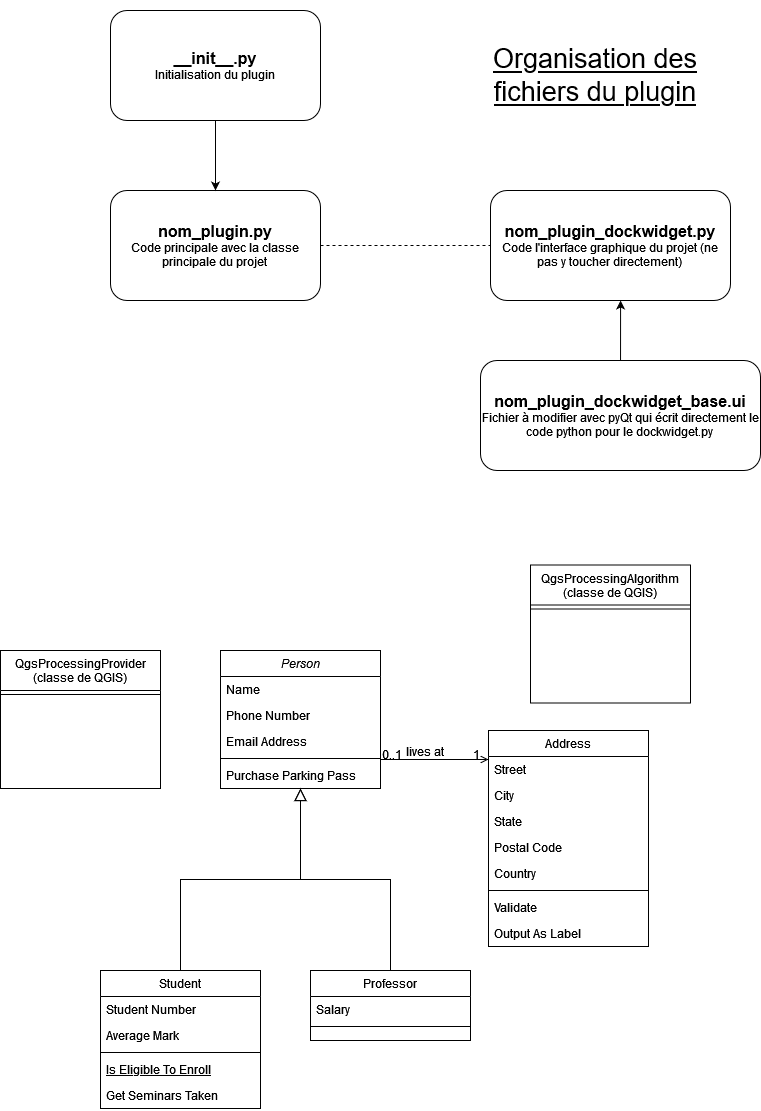
Above: Diag_act_plugin_general.drawio.png in leonielrx/ProjetInfo_DoGeo (draw.io), before the change. Source tidied: cells renumbered, new cells last; positions are measured from the earlier drawing's top-left corner, leaving out a move shared by most shapes.
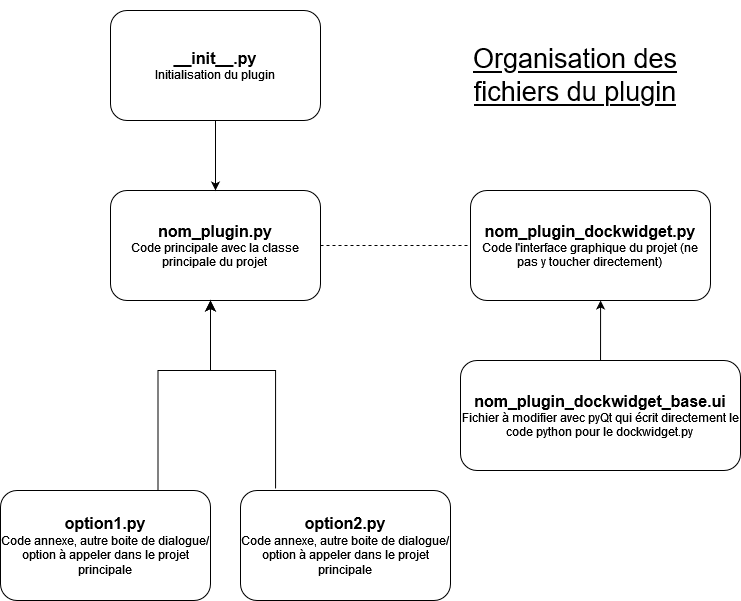
After the commit.

Commit message:
Mettre à jour Diag_act_plugin_general.drawio.png

What changed in the source:
```diff
@@ -2,128 +2,18 @@
   <root>
     <mxCell id="0" />
     <mxCell id="1" parent="0" />
-    <mxCell id="2" value="Person" style="swimlane;fontStyle=2;align=center;verticalAlign=top;horizontal=1;startSize=26;rounded=0;shadow=0;strokeWidth=1;" parent="1" vertex="1">
-      <mxGeometry x="220" y="650" width="160" height="138" as="geometry" />
-    </mxCell>
-    <mxCell id="3" value="Name" style="text;align=left;verticalAlign=top;spacingLeft=4;spacingRight=4;overflow=hidden;" parent="2" vertex="1">
-      <mxGeometry y="26" width="160" height="26" as="geometry" />
-    </mxCell>
-    <mxCell id="4" value="Phone Number" style="text;align=left;verticalAlign=top;spacingLeft=4;spacingRight=4;overflow=hidden;rounded=0;shadow=0;html=0;" parent="2" vertex="1">
-      <mxGeometry y="52" width="160" height="26" as="geometry" />
-    </mxCell>
-    <mxCell id="5" value="Email Address" style="text;align=left;verticalAlign=top;spacingLeft=4;spacingRight=4;overflow=hidden;rounded=0;shadow=0;html=0;" parent="2" vertex="1">
-      <mxGeometry y="78" width="160" height="26" as="geometry" />
-    </mxCell>
-    <mxCell id="6" style="line;html=1;strokeWidth=1;align=left;verticalAlign=middle;spacingTop=-1;spacingLeft=3;spacingRight=3;labelPosition=right;" parent="2" vertex="1">
-      <mxGeometry y="104" width="160" height="8" as="geometry" />
-    </mxCell>
-    <mxCell id="7" value="Purchase Parking Pass" style="text;align=left;verticalAlign=top;spacingLeft=4;spacingRight=4;overflow=hidden;" parent="2" vertex="1">
-      <mxGeometry y="112" width="160" height="26" as="geometry" />
-    </mxCell>
-    <mxCell id="8" value="Student" style="swimlane;fontStyle=0;align=center;verticalAlign=top;horizontal=1;startSize=26;rounded=0;shadow=0;strokeWidth=1;" parent="1" vertex="1">
-      <mxGeometry x="100" y="970" width="160" height="138" as="geometry" />
-    </mxCell>
-    <mxCell id="9" value="Student Number" style="text;align=left;verticalAlign=top;spacingLeft=4;spacingRight=4;overflow=hidden;" parent="8" vertex="1">
-      <mxGeometry y="26" width="160" height="26" as="geometry" />
-    </mxCell>
-    <mxCell id="10" value="Average Mark" style="text;align=left;verticalAlign=top;spacingLeft=4;spacingRight=4;overflow=hidden;rounded=0;shadow=0;html=0;" parent="8" vertex="1">
-      <mxGeometry y="52" width="160" height="26" as="geometry" />
-    </mxCell>
-    <mxCell id="11" style="line;html=1;strokeWidth=1;align=left;verticalAlign=middle;spacingTop=-1;spacingLeft=3;spacingRight=3;labelPosition=right;" parent="8" vertex="1">
-      <mxGeometry y="78" width="160" height="8" as="geometry" />
-    </mxCell>
-    <mxCell id="12" value="Is Eligible To Enroll" style="text;align=left;verticalAlign=top;spacingLeft=4;spacingRight=4;overflow=hidden;fontStyle=4;" parent="8" vertex="1">
-      <mxGeometry y="86" width="160" height="26" as="geometry" />
-    </mxCell>
-    <mxCell id="13" value="Get Seminars Taken" style="text;align=left;verticalAlign=top;spacingLeft=4;spacingRight=4;overflow=hidden;" parent="8" vertex="1">
-      <mxGeometry y="112" width="160" height="26" as="geometry" />
-    </mxCell>
-    <mxCell id="14" style="endArrow=block;endSize=10;endFill=0;shadow=0;strokeWidth=1;rounded=0;curved=0;edgeStyle=elbowEdgeStyle;elbow=vertical;" parent="1" edge="1" source="8" target="2">
-      <mxGeometry relative="1" as="geometry" />
-    </mxCell>
-    <mxCell id="15" value="Professor" style="swimlane;fontStyle=0;align=center;verticalAlign=top;horizontal=1;startSize=26;rounded=0;shadow=0;strokeWidth=1;" parent="1" vertex="1">
-      <mxGeometry x="310" y="970" width="160" height="70" as="geometry" />
-    </mxCell>
-    <mxCell id="16" value="Salary" style="text;align=left;verticalAlign=top;spacingLeft=4;spacingRight=4;overflow=hidden;" parent="15" vertex="1">
-      <mxGeometry y="26" width="160" height="26" as="geometry" />
-    </mxCell>
-    <mxCell id="17" style="line;html=1;strokeWidth=1;align=left;verticalAlign=middle;spacingTop=-1;spacingLeft=3;spacingRight=3;labelPosition=right;" parent="15" vertex="1">
-      <mxGeometry y="52" width="160" height="8" as="geometry" />
-    </mxCell>
-    <mxCell id="18" style="endArrow=block;endSize=10;endFill=0;shadow=0;strokeWidth=1;rounded=0;curved=0;edgeStyle=elbowEdgeStyle;elbow=vertical;" parent="1" edge="1" source="15" target="2">
-      <mxGeometry relative="1" as="geometry" />
-    </mxCell>
-    <mxCell id="19" value="Address" style="swimlane;fontStyle=0;align=center;verticalAlign=top;horizontal=1;startSize=26;rounded=0;shadow=0;strokeWidth=1;" parent="1" vertex="1">
-      <mxGeometry x="488" y="730" width="160" height="216" as="geometry" />
-    </mxCell>
-    <mxCell id="20" value="Street" style="text;align=left;verticalAlign=top;spacingLeft=4;spacingRight=4;overflow=hidden;" parent="19" vertex="1">
-      <mxGeometry y="26" width="160" height="26" as="geometry" />
-    </mxCell>
-    <mxCell id="21" value="City" style="text;align=left;verticalAlign=top;spacingLeft=4;spacingRight=4;overflow=hidden;rounded=0;shadow=0;html=0;" parent="19" vertex="1">
-      <mxGeometry y="52" width="160" height="26" as="geometry" />
-    </mxCell>
-    <mxCell id="22" value="State" style="text;align=left;verticalAlign=top;spacingLeft=4;spacingRight=4;overflow=hidden;rounded=0;shadow=0;html=0;" parent="19" vertex="1">
-      <mxGeometry y="78" width="160" height="26" as="geometry" />
-    </mxCell>
-    <mxCell id="23" value="Postal Code" style="text;align=left;verticalAlign=top;spacingLeft=4;spacingRight=4;overflow=hidden;rounded=0;shadow=0;html=0;" parent="19" vertex="1">
-      <mxGeometry y="104" width="160" height="26" as="geometry" />
-    </mxCell>
-    <mxCell id="24" value="Country" style="text;align=left;verticalAlign=top;spacingLeft=4;spacingRight=4;overflow=hidden;rounded=0;shadow=0;html=0;" parent="19" vertex="1">
-      <mxGeometry y="130" width="160" height="26" as="geometry" />
-    </mxCell>
-    <mxCell id="25" style="line;html=1;strokeWidth=1;align=left;verticalAlign=middle;spacingTop=-1;spacingLeft=3;spacingRight=3;labelPosition=right;" parent="19" vertex="1">
-      <mxGeometry y="156" width="160" height="8" as="geometry" />
-    </mxCell>
-    <mxCell id="26" value="Validate" style="text;align=left;verticalAlign=top;spacingLeft=4;spacingRight=4;overflow=hidden;" parent="19" vertex="1">
-      <mxGeometry y="164" width="160" height="26" as="geometry" />
-    </mxCell>
-    <mxCell id="27" value="Output As Label" style="text;align=left;verticalAlign=top;spacingLeft=4;spacingRight=4;overflow=hidden;" parent="19" vertex="1">
-      <mxGeometry y="190" width="160" height="26" as="geometry" />
-    </mxCell>
-    <mxCell id="28" style="endArrow=open;shadow=0;strokeWidth=1;rounded=0;curved=0;endFill=1;edgeStyle=elbowEdgeStyle;elbow=vertical;" parent="1" edge="1" source="2" target="19">
-      <mxGeometry x="0.5" y="41" relative="1" as="geometry">
-        <mxPoint x="-40" y="32" as="offset" />
-      </mxGeometry>
-    </mxCell>
-    <mxCell id="29" value="0..1" style="align=left;verticalAlign=bottom;labelBackgroundColor=none;fontSize=12;" parent="28" vertex="1">
-      <mxGeometry x="-1" relative="1" as="geometry">
-        <mxPoint y="4" as="offset" />
-      </mxGeometry>
-    </mxCell>
-    <mxCell id="30" value="1" style="align=right;verticalAlign=bottom;labelBackgroundColor=none;fontSize=12;" parent="28" vertex="1">
-      <mxGeometry x="1" relative="1" as="geometry">
-        <mxPoint x="-7" y="4" as="offset" />
-      </mxGeometry>
-    </mxCell>
-    <mxCell id="31" value="lives at" style="text;html=1;align=center;verticalAlign=middle;labelBackgroundColor=none;rounded=0;shadow=0;strokeWidth=1;fontSize=12;" parent="28" vertex="1">
-      <mxGeometry x="0.5" y="49" relative="1" as="geometry">
-        <mxPoint x="-38" y="40" as="offset" />
-      </mxGeometry>
-    </mxCell>
-    <mxCell id="32" value="QgsProcessingAlgorithm&#10;(classe de QGIS)&#10;" style="swimlane;fontStyle=0;align=center;verticalAlign=top;horizontal=1;startSize=40;rounded=0;shadow=0;strokeWidth=1;" parent="1" vertex="1">
-      <mxGeometry x="530" y="564.5" width="160" height="138" as="geometry" />
-    </mxCell>
-    <mxCell id="33" style="line;html=1;strokeWidth=1;align=left;verticalAlign=middle;spacingTop=-1;spacingLeft=3;spacingRight=3;labelPosition=right;" parent="32" vertex="1">
-      <mxGeometry y="40" width="160" height="8" as="geometry" />
-    </mxCell>
-    <mxCell id="34" value="QgsProcessingProvider&#10;(classe de QGIS)&#10;" style="swimlane;fontStyle=0;align=center;verticalAlign=top;horizontal=1;startSize=40;rounded=0;shadow=0;strokeWidth=1;" parent="1" vertex="1">
-      <mxGeometry y="650" width="160" height="138" as="geometry" />
-    </mxCell>
-    <mxCell id="35" style="line;html=1;strokeWidth=1;align=left;verticalAlign=middle;spacingTop=-1;spacingLeft=3;spacingRight=3;labelPosition=right;" parent="34" vertex="1">
-      <mxGeometry y="40" width="160" height="8" as="geometry" />
-    </mxCell>
     <mxCell id="36" value="Organisation des fichiers du plugin " style="text;html=1;align=center;verticalAlign=middle;whiteSpace=wrap;rounded=0;fontSize=27;fontStyle=4;" parent="1" vertex="1">
       <mxGeometry x="450" width="290" height="150" as="geometry" />
     </mxCell>
     <mxCell id="37" value="&lt;div&gt;&lt;b&gt;&lt;font style=&quot;font-size: 16px;&quot;&gt;nom_plugin.py&lt;/font&gt;&lt;/b&gt;&lt;/div&gt;&lt;div&gt;Code principale avec la classe principale du projet&lt;br&gt;&lt;/div&gt;" style="rounded=1;whiteSpace=wrap;html=1;" parent="1" vertex="1">
-      <mxGeometry x="110" y="190" width="210" height="110" as="geometry" />
+      <mxGeometry x="130" y="190" width="210" height="110" as="geometry" />
     </mxCell>
     <mxCell id="38" value="&lt;div&gt;&lt;b&gt;&lt;font style=&quot;font-size: 16px;&quot;&gt;__init__.py&lt;/font&gt;&lt;/b&gt;&lt;/div&gt;&lt;div&gt;Initialisation du plugin&lt;br&gt;&lt;/div&gt;" style="rounded=1;whiteSpace=wrap;html=1;" parent="1" vertex="1">
-      <mxGeometry x="110" y="10" width="210" height="110" as="geometry" />
+      <mxGeometry x="130" y="10" width="210" height="110" as="geometry" />
     </mxCell>
     <mxCell id="39" style="endArrow=classic;html=1;rounded=0;entryX=0.5;entryY=0;entryDx=0;entryDy=0;" parent="1" edge="1" target="37">
       <mxGeometry relative="1" as="geometry">
-        <mxPoint x="215" y="120" as="sourcePoint" />
+        <mxPoint x="235" y="120" as="sourcePoint" />
       </mxGeometry>
     </mxCell>
     <mxCell id="40" value="&lt;div&gt;&lt;b&gt;&lt;font style=&quot;font-size: 16px;&quot;&gt;nom_plugin_dockwidget.py&lt;/font&gt;&lt;/b&gt;&lt;/div&gt;&lt;div&gt;Code l'interface graphique du projet (ne pas y toucher directement)&lt;br&gt;&lt;/div&gt;" style="rounded=1;whiteSpace=wrap;html=1;" parent="1" vertex="1">
@@ -138,5 +28,27 @@
     <mxCell id="43" style="endArrow=classic;html=1;rounded=0;entryX=0.542;entryY=1;entryDx=0;entryDy=0;entryPerimeter=0;" parent="1" edge="1" source="42" target="40">
       <mxGeometry relative="1" as="geometry" />
     </mxCell>
+    <mxCell id="44" value="&lt;div&gt;&lt;b&gt;&lt;font style=&quot;font-size: 16px;&quot;&gt;option1.py&lt;/font&gt;&lt;/b&gt;&lt;/div&gt;&lt;div&gt;Code annexe, autre boite de dialogue/option à appeler dans le projet principale&lt;br&gt;&lt;/div&gt;" style="rounded=1;whiteSpace=wrap;html=1;" parent="1" vertex="1">
+      <mxGeometry x="20" y="490" width="210" height="110" as="geometry" />
+    </mxCell>
+    <mxCell id="45" value="&lt;div&gt;&lt;b&gt;&lt;font style=&quot;font-size: 16px;&quot;&gt;option2.py&lt;/font&gt;&lt;/b&gt;&lt;/div&gt;&lt;div&gt;Code annexe, autre boite de dialogue/option à appeler dans le projet principale&lt;br&gt;&lt;/div&gt;" style="rounded=1;whiteSpace=wrap;html=1;" parent="1" vertex="1">
+      <mxGeometry x="260" y="490" width="210" height="110" as="geometry" />
+    </mxCell>
+    <mxCell id="46" style="edgeStyle=elbowEdgeStyle;elbow=vertical;endArrow=classic;html=1;curved=0;rounded=0;endSize=8;startSize=8;exitX=0.75;exitY=0;exitDx=0;exitDy=0;" parent="1" edge="1" source="44">
+      <mxGeometry relative="1" as="geometry">
+        <mxPoint x="230" y="300" as="targetPoint" />
+        <Array as="points">
+          <mxPoint x="210" y="370" />
+        </Array>
+      </mxGeometry>
+    </mxCell>
+    <mxCell id="47" style="edgeStyle=elbowEdgeStyle;elbow=vertical;endArrow=classic;html=1;curved=0;rounded=0;endSize=8;startSize=8;exitX=0.167;exitY=-0.018;exitDx=0;exitDy=0;exitPerimeter=0;" parent="1" edge="1" source="45">
+      <mxGeometry relative="1" as="geometry">
+        <mxPoint x="230" y="300" as="targetPoint" />
+        <Array as="points">
+          <mxPoint x="250" y="370" />
+        </Array>
+      </mxGeometry>
+    </mxCell>
   </root>
 </mxGraphModel>
```
